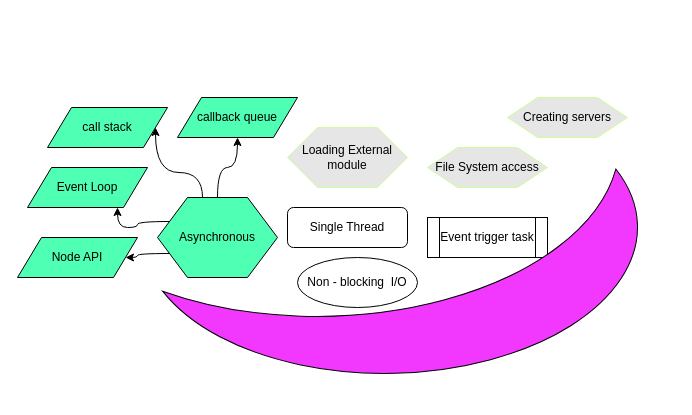
Earlier version of the draw.io diagram My Articles/node.js/Node Provides.drawio (anbarasan-raji/books). Source tidied: cells renumbered, new cells numbered last; positions are measured from the earlier drawing's top-left corner, leaving out a move shared by most shapes. Both pictures are drawn from the tidied source at 100%, with x=0, y=0 at pixel (17, 27).
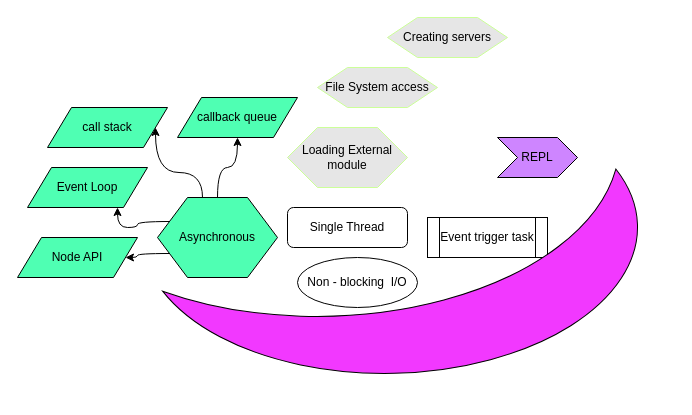
The same diagram, later.

Diff of the diagram source:
```diff
@@
 <mxGraphModel>
   <root>
     <mxCell id="0" />
     <mxCell id="1" parent="0" />
     <mxCell id="2" value="Single Thread" style="rounded=1;whiteSpace=wrap;html=1;" parent="1" vertex="1">
       <mxGeometry x="270" y="180" width="120" height="40" as="geometry" />
     </mxCell>
     <mxCell id="3" value="Event trigger task" style="shape=process;whiteSpace=wrap;html=1;backgroundOutline=1;" parent="1" vertex="1">
       <mxGeometry x="410" y="190" width="120" height="40" as="geometry" />
     </mxCell>
     <mxCell id="4" style="edgeStyle=orthogonalEdgeStyle;rounded=0;jettySize=auto;html=1;exitX=0.5;exitY=0;exitDx=0;exitDy=0;entryX=0.5;entryY=1;entryDx=0;entryDy=0;curved=1;" parent="1" edge="1" source="8" target="12">
       <mxGeometry relative="1" as="geometry" />
     </mxCell>
     <mxCell id="5" style="edgeStyle=orthogonalEdgeStyle;curved=1;rounded=0;jettySize=auto;html=1;exitX=0.375;exitY=0;exitDx=0;exitDy=0;entryX=1;entryY=0.5;entryDx=0;entryDy=0;" parent="1" edge="1" source="8" target="11">
       <mxGeometry relative="1" as="geometry" />
     </mxCell>
     <mxCell id="6" style="edgeStyle=orthogonalEdgeStyle;curved=1;rounded=0;jettySize=auto;html=1;exitX=0;exitY=0.75;exitDx=0;exitDy=0;entryX=1;entryY=0.5;entryDx=0;entryDy=0;" parent="1" edge="1" source="8" target="13">
       <mxGeometry relative="1" as="geometry" />
     </mxCell>
     <mxCell id="7" style="edgeStyle=orthogonalEdgeStyle;curved=1;rounded=0;jettySize=auto;html=1;exitX=0;exitY=0.25;exitDx=0;exitDy=0;entryX=0.75;entryY=1;entryDx=0;entryDy=0;" parent="1" edge="1" source="8" target="14">
       <mxGeometry relative="1" as="geometry" />
     </mxCell>
     <mxCell id="8" value="Asynchronous" style="shape=hexagon;perimeter=hexagonPerimeter2;whiteSpace=wrap;html=1;fillColor=#4FFFB3;" parent="1" vertex="1">
       <mxGeometry x="140" y="170" width="120" height="80" as="geometry" />
     </mxCell>
     <mxCell id="9" value="Non - blocking&amp;nbsp; I/O" style="ellipse;whiteSpace=wrap;html=1;" parent="1" vertex="1">
       <mxGeometry x="280" y="230" width="120" height="50" as="geometry" />
     </mxCell>
     <mxCell id="10" style="verticalLabelPosition=bottom;verticalAlign=top;html=1;shape=mxgraph.basic.moon;rotation=-91;fillColor=#F238FF;" parent="1" vertex="1">
       <mxGeometry x="290" width="220" height="510" as="geometry" />
     </mxCell>
     <mxCell id="11" value="call stack" style="shape=parallelogram;perimeter=parallelogramPerimeter;whiteSpace=wrap;html=1;fillColor=#4FFFB3;" parent="1" vertex="1">
       <mxGeometry x="30" y="80" width="120" height="40" as="geometry" />
     </mxCell>
     <mxCell id="12" value="callback queue" style="shape=parallelogram;perimeter=parallelogramPerimeter;whiteSpace=wrap;html=1;fillColor=#4FFFB3;" parent="1" vertex="1">
       <mxGeometry x="160" y="70" width="120" height="40" as="geometry" />
     </mxCell>
     <mxCell id="13" value="Node API" style="shape=parallelogram;perimeter=parallelogramPerimeter;whiteSpace=wrap;html=1;fillColor=#4FFFB3;" parent="1" vertex="1">
       <mxGeometry y="210" width="120" height="40" as="geometry" />
     </mxCell>
     <mxCell id="14" value="Event Loop" style="shape=parallelogram;perimeter=parallelogramPerimeter;whiteSpace=wrap;html=1;fillColor=#4FFFB3;" parent="1" vertex="1">
       <mxGeometry x="10" y="140" width="120" height="40" as="geometry" />
     </mxCell>
     <mxCell id="15" value="File System access" style="shape=hexagon;perimeter=hexagonPerimeter2;whiteSpace=wrap;html=1;strokeColor=#CCFF99;fillColor=#E6E6E6;" parent="1" vertex="1">
-      <mxGeometry x="410" y="120" width="120" height="40" as="geometry" />
+      <mxGeometry x="300" y="40" width="120" height="40" as="geometry" />
     </mxCell>
     <mxCell id="16" value="Creating servers" style="shape=hexagon;perimeter=hexagonPerimeter2;whiteSpace=wrap;html=1;strokeColor=#CCFF99;fillColor=#E6E6E6;" parent="1" vertex="1">
-      <mxGeometry x="490" y="70" width="120" height="40" as="geometry" />
+      <mxGeometry x="370" y="-10" width="120" height="40" as="geometry" />
     </mxCell>
     <mxCell id="17" value="Loading External module" style="shape=hexagon;perimeter=hexagonPerimeter2;whiteSpace=wrap;html=1;strokeColor=#CCFF99;fillColor=#E6E6E6;" parent="1" vertex="1">
       <mxGeometry x="270" y="100" width="120" height="60" as="geometry" />
     </mxCell>
+    <mxCell id="18" value="REPL" style="shape=step;perimeter=stepPerimeter;whiteSpace=wrap;html=1;fixedSize=1;fillColor=#CE85FF;" parent="1" vertex="1">
+      <mxGeometry x="480" y="110" width="80" height="40" as="geometry" />
+    </mxCell>
   </root>
 </mxGraphModel>
```
